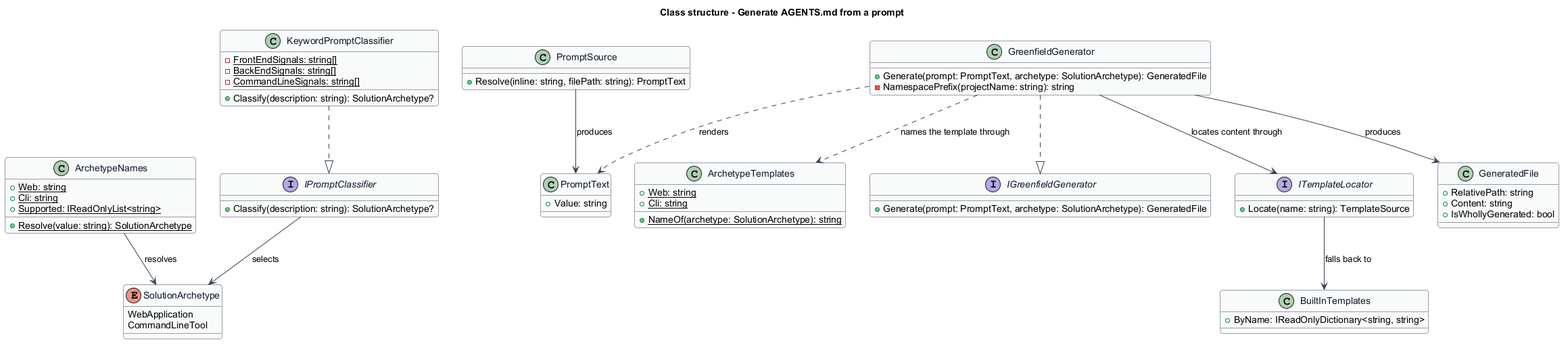
Earlier version of the PlantUML export docs/detailed-designs/agent-file-generation/generate-from-prompt/diagrams/class-structure.png (QuinntyneBrown/primer).
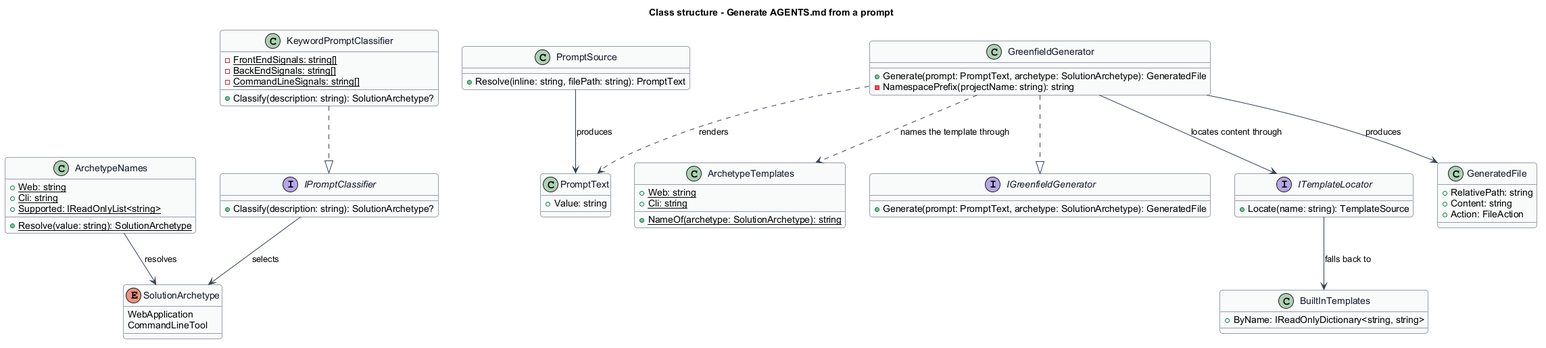
Above is the later version.

Change to the diagram source:
```diff
@@ -68,7 +68,7 @@
 class GeneratedFile {
   +RelativePath: string
   +Content: string
-  +IsWhollyGenerated: bool
+  +Action: FileAction
 }
 
 KeywordPromptClassifier ..|> IPromptClassifier
```
